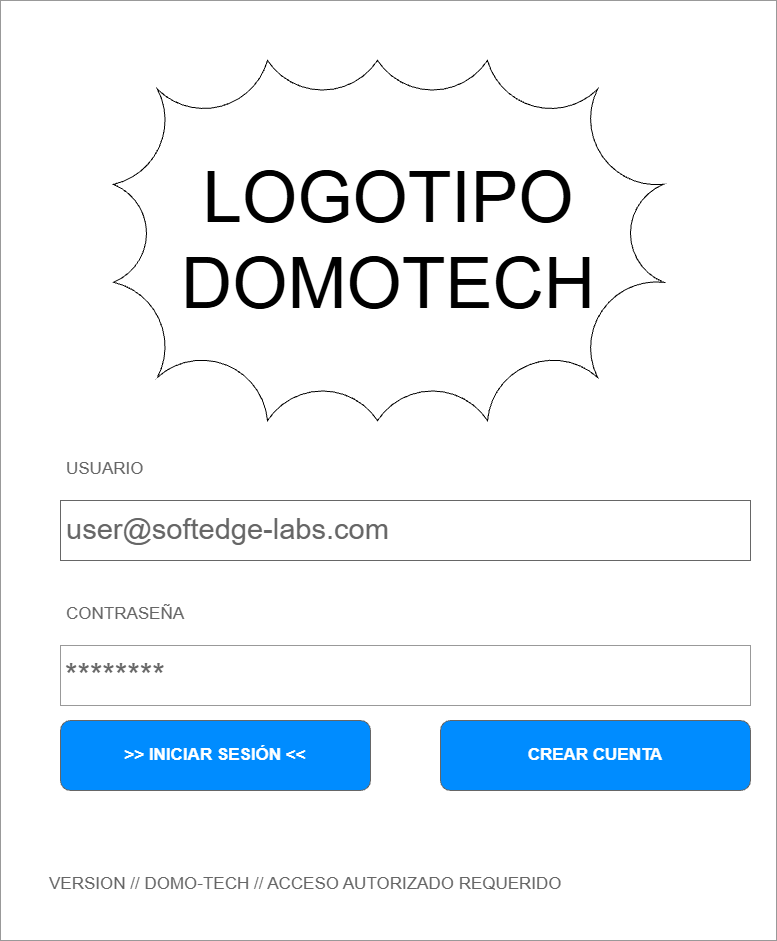
Above: docs/login_screen.png in wilmargiraldos/domotech (draw.io), before the change. Source tidied: cells renumbered, new cells last; positions are measured from the earlier drawing's top-left corner, leaving out a move shared by most shapes.
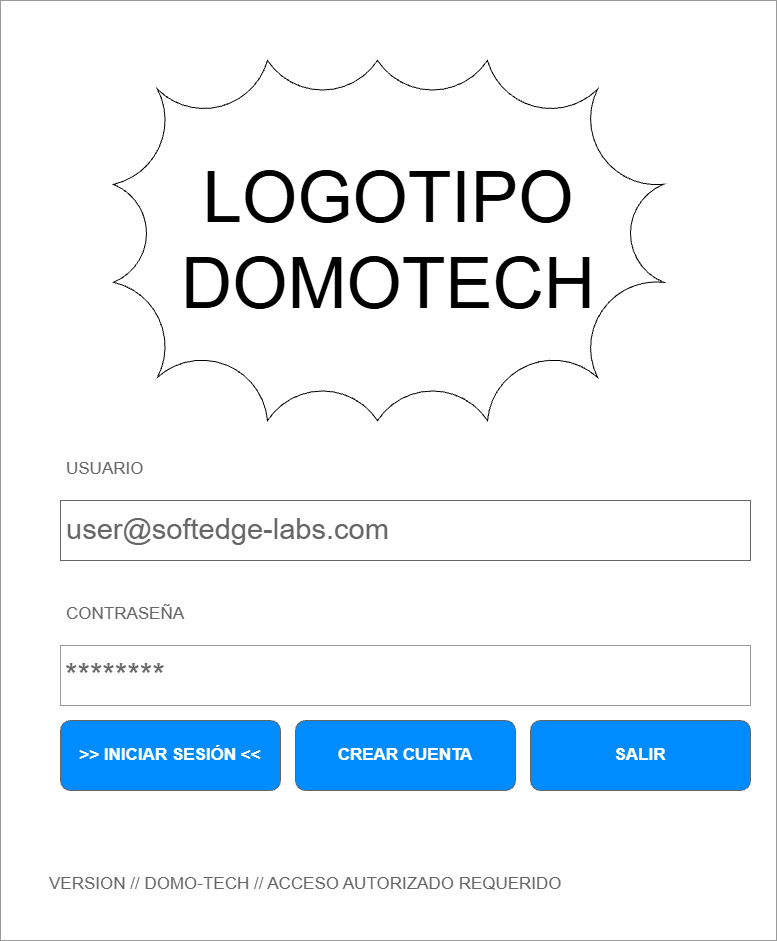
The same diagram one commit later.

Change to the diagram source:
```diff
@@ -21,13 +21,16 @@
       <mxGeometry x="60" y="645" width="690" height="60" as="geometry" />
     </mxCell>
     <mxCell id="8" value="&amp;gt;&amp;gt; INICIAR SESIÓN &amp;lt;&amp;lt;" style="strokeWidth=1;shadow=0;dashed=0;align=center;html=1;shape=mxgraph.mockup.buttons.button;strokeColor=#666666;fontColor=#ffffff;mainText=;buttonStyle=round;fontSize=17;fontStyle=1;fillColor=#008cff;whiteSpace=wrap;" parent="1" vertex="1">
-      <mxGeometry x="60" y="720" width="310" height="70" as="geometry" />
+      <mxGeometry x="60" y="720" width="220" height="70" as="geometry" />
     </mxCell>
     <mxCell id="9" value="CREAR CUENTA" style="strokeWidth=1;shadow=0;dashed=0;align=center;html=1;shape=mxgraph.mockup.buttons.button;strokeColor=#666666;fontColor=#ffffff;mainText=;buttonStyle=round;fontSize=17;fontStyle=1;fillColor=#008cff;whiteSpace=wrap;" parent="1" vertex="1">
-      <mxGeometry x="440" y="720" width="310" height="70" as="geometry" />
+      <mxGeometry x="295" y="720" width="220" height="70" as="geometry" />
     </mxCell>
     <mxCell id="10" value="VERSION // DOMO-TECH // ACCESO AUTORIZADO REQUERIDO" style="strokeWidth=1;shadow=0;dashed=0;align=center;html=1;shape=mxgraph.mockup.text.textBox;fontColor=#666666;align=left;fontSize=17;spacingLeft=4;spacingTop=-3;whiteSpace=wrap;strokeColor=none;mainText=;" parent="1" vertex="1">
       <mxGeometry x="43" y="870" width="690" height="30" as="geometry" />
     </mxCell>
+    <mxCell id="11" value="SALIR" style="strokeWidth=1;shadow=0;dashed=0;align=center;html=1;shape=mxgraph.mockup.buttons.button;strokeColor=#666666;fontColor=#ffffff;mainText=;buttonStyle=round;fontSize=17;fontStyle=1;fillColor=#008cff;whiteSpace=wrap;" parent="1" vertex="1">
+      <mxGeometry x="530" y="720" width="220" height="70" as="geometry" />
+    </mxCell>
   </root>
 </mxGraphModel>
```
